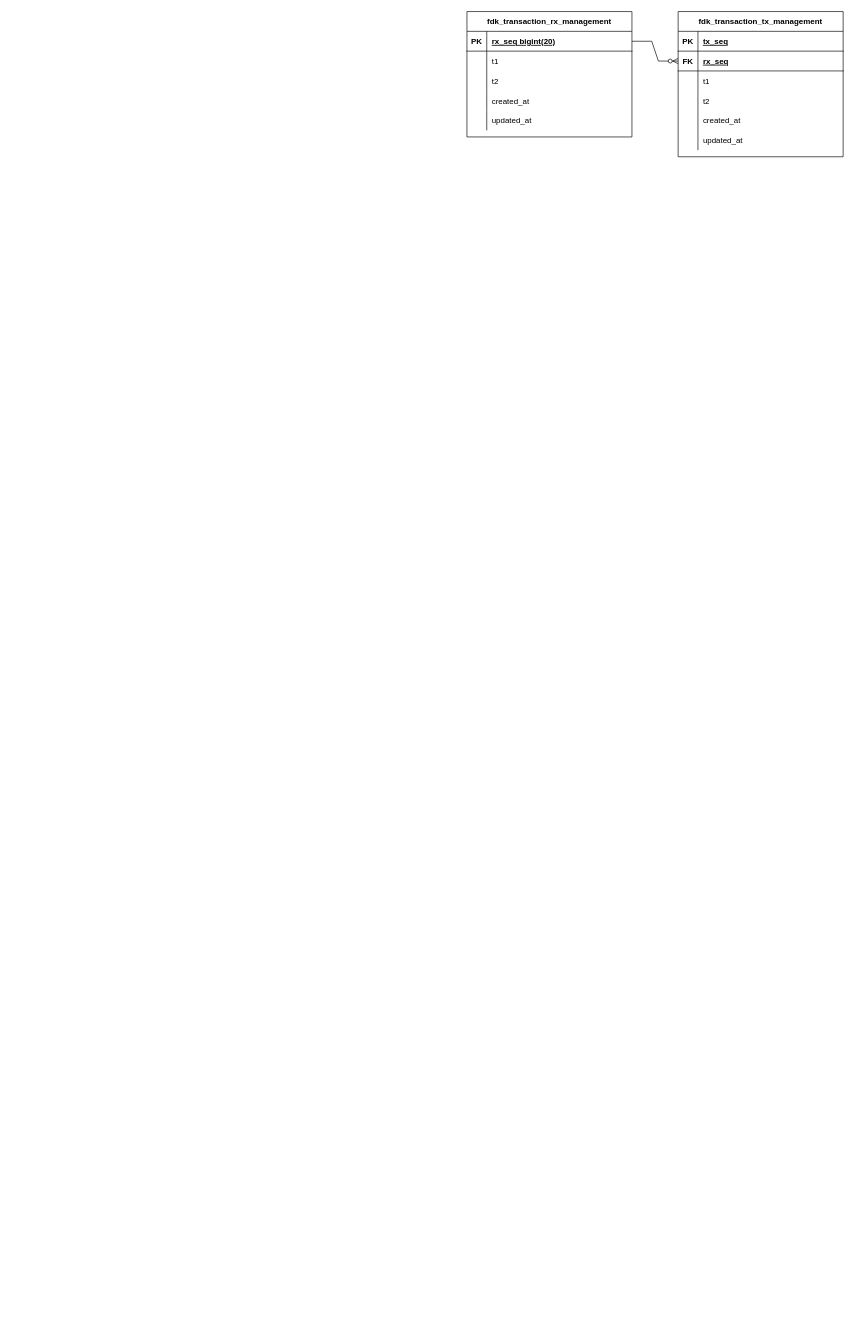
Above: ERD.drawio in justdoanything/ApprovalServer (draw.io), before the change. Source tidied: cells renumbered, new cells numbered last; positions are measured from the earlier drawing's top-left corner, leaving out a move shared by most shapes. Both pictures are drawn from the tidied source at 66%, with x=0, y=0 at pixel (467, 11).
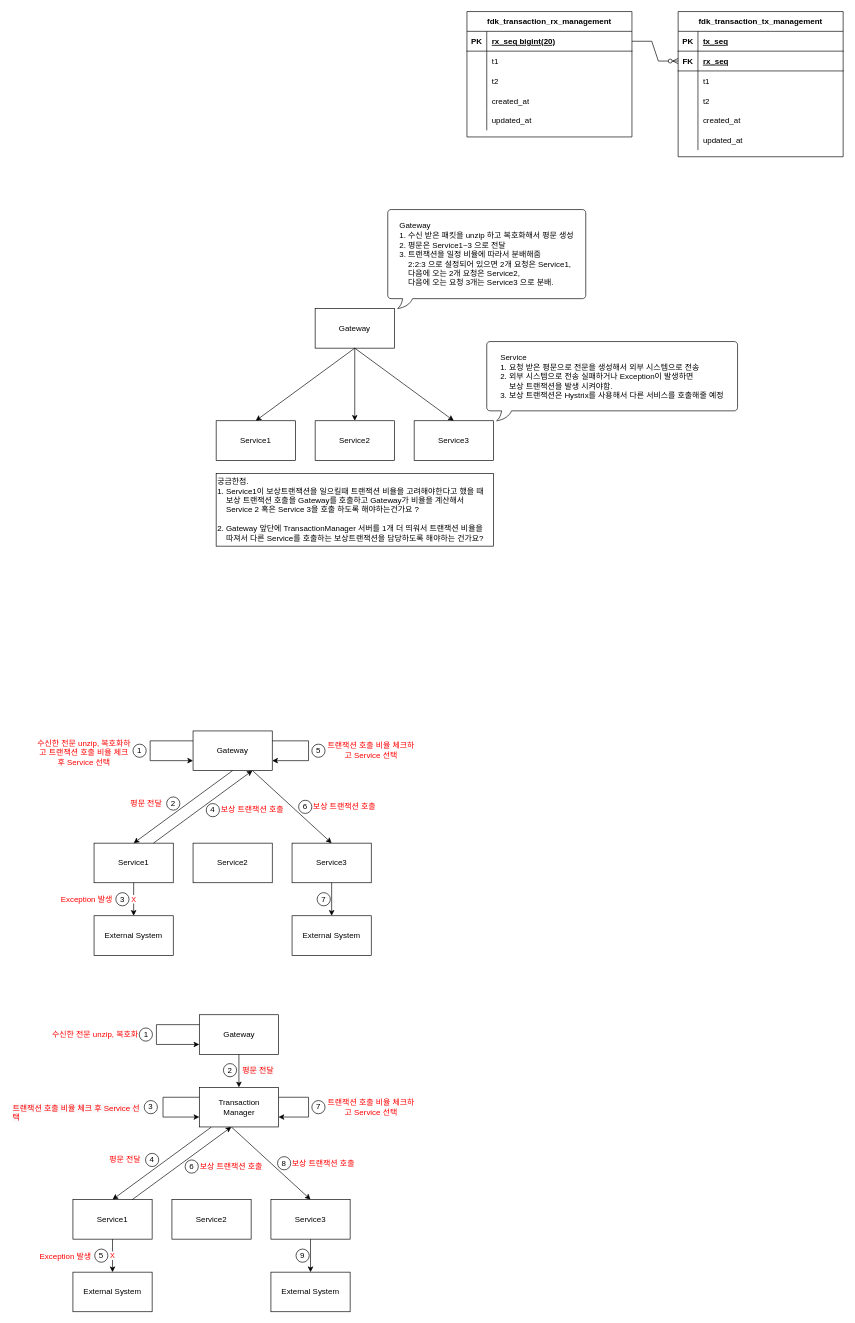
After the change.

What changed in the source:
```diff
@@
+    <mxCell id="38" value="Gateway" style="rounded=0;whiteSpace=wrap;html=1;" parent="1" vertex="1">
+      <mxGeometry x="-230" y="450" width="120" height="60" as="geometry" />
+    </mxCell>
+    <mxCell id="39" value="Service1" style="rounded=0;whiteSpace=wrap;html=1;" parent="1" vertex="1">
+      <mxGeometry x="-380" y="620" width="120" height="60" as="geometry" />
+    </mxCell>
+    <mxCell id="40" value="Service2" style="rounded=0;whiteSpace=wrap;html=1;" parent="1" vertex="1">
+      <mxGeometry x="-230" y="620" width="120" height="60" as="geometry" />
+    </mxCell>
+    <mxCell id="41" value="Service3" style="rounded=0;whiteSpace=wrap;html=1;" parent="1" vertex="1">
+      <mxGeometry x="-80" y="620" width="120" height="60" as="geometry" />
+    </mxCell>
+    <mxCell id="42" value="&lt;div style=&quot;text-align: left;&quot;&gt;&lt;span style=&quot;background-color: initial;&quot;&gt;Gateway&lt;/span&gt;&lt;/div&gt;&lt;div style=&quot;text-align: left;&quot;&gt;&lt;span style=&quot;background-color: initial;&quot;&gt;1. 수신 받은 패킷을 unzip 하고 복호화해서 평문 생성&lt;/span&gt;&lt;/div&gt;&lt;div style=&quot;text-align: left;&quot;&gt;&lt;span style=&quot;background-color: initial;&quot;&gt;2. 평문은 Service1~3 으로 전달&lt;/span&gt;&lt;/div&gt;&lt;div style=&quot;text-align: left;&quot;&gt;&lt;span style=&quot;background-color: initial;&quot;&gt;3. 트랜잭션을 일정 비율에 따라서 분배해줌&lt;/span&gt;&lt;/div&gt;&lt;div style=&quot;text-align: left;&quot;&gt;&lt;span style=&quot;background-color: initial;&quot;&gt;&amp;nbsp; &amp;nbsp; 2:2:3 으로 설정되어 있으면 2개 요청은 Service1,&lt;/span&gt;&lt;/div&gt;&lt;div style=&quot;text-align: left;&quot;&gt;&lt;span style=&quot;background-color: initial;&quot;&gt;&amp;nbsp; &amp;nbsp; 다음에 오는 2개 요청은 Service2,&lt;/span&gt;&lt;/div&gt;&lt;div style=&quot;text-align: left;&quot;&gt;&lt;span style=&quot;background-color: initial;&quot;&gt;&amp;nbsp; &amp;nbsp; 다음에 오는 요청 3개는 Service3 으로 분배.&lt;/span&gt;&lt;/div&gt;" style="whiteSpace=wrap;html=1;shape=mxgraph.basic.roundRectCallout;dx=30;dy=15;size=5;boundedLbl=1;" parent="1" vertex="1">
+      <mxGeometry x="-120" y="300" width="300" height="150" as="geometry" />
+    </mxCell>
+    <mxCell id="43" style="endArrow=classic;html=1;rounded=0;exitX=0.5;exitY=1;exitDx=0;exitDy=0;entryX=0.5;entryY=0;entryDx=0;entryDy=0;" parent="1" edge="1" source="38" target="39">
+      <mxGeometry relative="1" as="geometry" />
+    </mxCell>
+    <mxCell id="44" style="endArrow=classic;html=1;rounded=0;exitX=0.5;exitY=1;exitDx=0;exitDy=0;entryX=0.5;entryY=0;entryDx=0;entryDy=0;" parent="1" edge="1" source="38" target="40">
+      <mxGeometry relative="1" as="geometry" />
+    </mxCell>
+    <mxCell id="45" style="endArrow=classic;html=1;rounded=0;exitX=0.5;exitY=1;exitDx=0;exitDy=0;entryX=0.5;entryY=0;entryDx=0;entryDy=0;" parent="1" edge="1" source="38" target="41">
+      <mxGeometry relative="1" as="geometry" />
+    </mxCell>
+    <mxCell id="46" value="&lt;div style=&quot;text-align: left;&quot;&gt;Service&lt;/div&gt;&lt;div style=&quot;text-align: left;&quot;&gt;&lt;span style=&quot;background-color: initial;&quot;&gt;1. 요청 받은 평문으로 전문을 생성해서 외부 시스템으로 전송&lt;br&gt;&lt;/span&gt;&lt;/div&gt;&lt;div style=&quot;text-align: left;&quot;&gt;&lt;span style=&quot;background-color: initial;&quot;&gt;2. 외부 시스템으로 전송 실패하거나 Exception이 발생하면&amp;nbsp;&lt;/span&gt;&lt;/div&gt;&lt;div style=&quot;text-align: left;&quot;&gt;&lt;span style=&quot;background-color: initial;&quot;&gt;&amp;nbsp; &amp;nbsp; 보상 트랜잭션을 발생 시켜야함.&lt;/span&gt;&lt;/div&gt;&lt;div style=&quot;text-align: left;&quot;&gt;&lt;span style=&quot;background-color: initial;&quot;&gt;3. 보상 트랜잭션은 Hystrix를 사용해서 다른 서비스를 호출해줄 예정&lt;/span&gt;&lt;/div&gt;" style="whiteSpace=wrap;html=1;shape=mxgraph.basic.roundRectCallout;dx=30;dy=15;size=5;boundedLbl=1;" parent="1" vertex="1">
+      <mxGeometry x="30" y="500" width="380" height="120" as="geometry" />
+    </mxCell>
+    <mxCell id="47" value="궁금한점.&lt;br&gt;1. Service1이 보상트랜잭션을 일으킬때 트랜잭션 비율을 고려해야한다고 했을 때&lt;br&gt;&amp;nbsp; &amp;nbsp; 보상 트랜잭션 호출을 Gateway를 호출하고 Gateway가 비율을 계산해서 &lt;br&gt;&amp;nbsp; &amp;nbsp; Service 2 혹은 Service 3을 호출 하도록 해야하는건가요 ?&lt;br&gt;&lt;br&gt;2. Gateway 앞단에 TransactionManager 서버를 1개 더 띄워서 트랜잭션 비율을 &lt;br&gt;&amp;nbsp; &amp;nbsp; 따져서 다른 Service를 호출하는 보상트랜잭션을 담당하도록 해야하는 건가요?" style="rounded=0;whiteSpace=wrap;html=1;align=left;verticalAlign=middle;" parent="1" vertex="1">
+      <mxGeometry x="-380" y="700" width="420" height="110" as="geometry" />
+    </mxCell>
+    <mxCell id="48" value="Gateway" style="rounded=0;whiteSpace=wrap;html=1;" parent="1" vertex="1">
+      <mxGeometry x="-415" y="1090" width="120" height="60" as="geometry" />
+    </mxCell>
+    <mxCell id="49" value="Service1" style="rounded=0;whiteSpace=wrap;html=1;" parent="1" vertex="1">
+      <mxGeometry x="-565" y="1260" width="120" height="60" as="geometry" />
+    </mxCell>
+    <mxCell id="50" value="Service2" style="rounded=0;whiteSpace=wrap;html=1;" parent="1" vertex="1">
+      <mxGeometry x="-415" y="1260" width="120" height="60" as="geometry" />
+    </mxCell>
+    <mxCell id="51" value="Service3" style="rounded=0;whiteSpace=wrap;html=1;" parent="1" vertex="1">
+      <mxGeometry x="-265" y="1260" width="120" height="60" as="geometry" />
+    </mxCell>
+    <mxCell id="52" style="endArrow=classic;html=1;rounded=0;exitX=0.5;exitY=1;exitDx=0;exitDy=0;entryX=0.5;entryY=0;entryDx=0;entryDy=0;" parent="1" edge="1" source="48" target="49">
+      <mxGeometry relative="1" as="geometry" />
+    </mxCell>
+    <mxCell id="53" value="2" style="ellipse;whiteSpace=wrap;html=1;" parent="1" vertex="1">
+      <mxGeometry x="-455" y="1190" width="20" height="20" as="geometry" />
+    </mxCell>
+    <mxCell id="54" value="External System" style="rounded=0;whiteSpace=wrap;html=1;" parent="1" vertex="1">
+      <mxGeometry x="-565" y="1370" width="120" height="60" as="geometry" />
+    </mxCell>
+    <mxCell id="55" value="X" style="endArrow=classic;html=1;rounded=0;exitX=0.5;exitY=1;exitDx=0;exitDy=0;entryX=0.5;entryY=0;entryDx=0;entryDy=0;fontColor=#FF0000;" parent="1" edge="1" source="49" target="54">
+      <mxGeometry relative="1" as="geometry" />
+    </mxCell>
+    <mxCell id="56" value="3" style="ellipse;whiteSpace=wrap;html=1;" parent="1" vertex="1">
+      <mxGeometry x="-532" y="1335" width="20" height="20" as="geometry" />
+    </mxCell>
+    <mxCell id="57" style="endArrow=classic;html=1;rounded=0;exitX=0.75;exitY=0;exitDx=0;exitDy=0;entryX=0.75;entryY=1;entryDx=0;entryDy=0;" parent="1" edge="1" source="49" target="48">
+      <mxGeometry relative="1" as="geometry" />
+    </mxCell>
+    <mxCell id="58" value="4" style="ellipse;whiteSpace=wrap;html=1;" parent="1" vertex="1">
+      <mxGeometry x="-395" y="1200" width="20" height="20" as="geometry" />
+    </mxCell>
+    <mxCell id="59" value="보상 트랜잭션 호출" style="text;html=1;strokeColor=none;fillColor=none;align=center;verticalAlign=middle;whiteSpace=wrap;rounded=0;fontColor=#FF0000;" parent="1" vertex="1">
+      <mxGeometry x="-375" y="1195" width="100" height="30" as="geometry" />
+    </mxCell>
+    <mxCell id="60" style="edgeStyle=elbowEdgeStyle;elbow=vertical;endArrow=classic;html=1;rounded=0;fontColor=#FF0000;exitX=1;exitY=0.25;exitDx=0;exitDy=0;" parent="1" edge="1" source="48" target="48">
+      <mxGeometry relative="1" as="geometry">
+        <Array as="points">
+          <mxPoint x="-240" y="1105" />
+        </Array>
+      </mxGeometry>
+    </mxCell>
+    <mxCell id="61" value="5" style="ellipse;whiteSpace=wrap;html=1;" parent="1" vertex="1">
+      <mxGeometry x="-235" y="1110" width="20" height="20" as="geometry" />
+    </mxCell>
+    <mxCell id="62" value="트랜잭션 호출 비율 체크하고 Service 선택" style="text;html=1;strokeColor=none;fillColor=none;align=center;verticalAlign=middle;whiteSpace=wrap;rounded=0;fontColor=#FF0000;" parent="1" vertex="1">
+      <mxGeometry x="-215" y="1105" width="140" height="30" as="geometry" />
+    </mxCell>
+    <mxCell id="63" style="endArrow=classic;html=1;rounded=0;exitX=0.75;exitY=1;exitDx=0;exitDy=0;entryX=0.5;entryY=0;entryDx=0;entryDy=0;" parent="1" edge="1" source="48" target="51">
+      <mxGeometry relative="1" as="geometry" />
+    </mxCell>
+    <mxCell id="64" value="6" style="ellipse;whiteSpace=wrap;html=1;" parent="1" vertex="1">
+      <mxGeometry x="-255" y="1195" width="20" height="20" as="geometry" />
+    </mxCell>
+    <mxCell id="65" value="보상 트랜잭션 호출" style="text;html=1;strokeColor=none;fillColor=none;align=left;verticalAlign=middle;whiteSpace=wrap;rounded=0;fontColor=#FF0000;" parent="1" vertex="1">
+      <mxGeometry x="-235" y="1190" width="140" height="30" as="geometry" />
+    </mxCell>
+    <mxCell id="66" value="External System" style="rounded=0;whiteSpace=wrap;html=1;" parent="1" vertex="1">
+      <mxGeometry x="-265" y="1370" width="120" height="60" as="geometry" />
+    </mxCell>
+    <mxCell id="67" style="endArrow=classic;html=1;rounded=0;exitX=0.5;exitY=1;exitDx=0;exitDy=0;entryX=0.5;entryY=0;entryDx=0;entryDy=0;fontColor=#FF0000;" parent="1" edge="1" source="51" target="66">
+      <mxGeometry relative="1" as="geometry" />
+    </mxCell>
+    <mxCell id="68" value="7" style="ellipse;whiteSpace=wrap;html=1;" parent="1" vertex="1">
+      <mxGeometry x="-227" y="1335" width="20" height="20" as="geometry" />
+    </mxCell>
+    <mxCell id="69" value="평문 전달" style="text;html=1;strokeColor=none;fillColor=none;align=right;verticalAlign=middle;whiteSpace=wrap;rounded=0;fontColor=#FF0000;" parent="1" vertex="1">
+      <mxGeometry x="-530" y="1185" width="70" height="30" as="geometry" />
+    </mxCell>
+    <mxCell id="70" value="Exception 발생" style="text;html=1;strokeColor=none;fillColor=none;align=center;verticalAlign=middle;whiteSpace=wrap;rounded=0;fontColor=#FF0000;" parent="1" vertex="1">
+      <mxGeometry x="-622" y="1331" width="92" height="30" as="geometry" />
+    </mxCell>
+    <mxCell id="71" style="edgeStyle=elbowEdgeStyle;elbow=vertical;endArrow=classic;html=1;rounded=0;fontColor=#FF0000;exitX=0;exitY=0.25;exitDx=0;exitDy=0;entryX=0;entryY=0.75;entryDx=0;entryDy=0;" parent="1" edge="1" source="48" target="48">
+      <mxGeometry relative="1" as="geometry">
+        <Array as="points">
+          <mxPoint x="-480" y="1120" />
+          <mxPoint x="-530" y="1115" />
+        </Array>
+      </mxGeometry>
+    </mxCell>
+    <mxCell id="72" value="1" style="ellipse;whiteSpace=wrap;html=1;" parent="1" vertex="1">
+      <mxGeometry x="-506" y="1110" width="20" height="20" as="geometry" />
+    </mxCell>
+    <mxCell id="73" value="수신한 전문 unzip, 복호화하고 트랜잭션 호출 비율 체크 후 Service 선택" style="text;html=1;strokeColor=none;fillColor=none;align=center;verticalAlign=middle;whiteSpace=wrap;rounded=0;fontColor=#FF0000;" parent="1" vertex="1">
+      <mxGeometry x="-654" y="1095" width="148" height="55" as="geometry" />
+    </mxCell>
+    <mxCell id="74" style="edgeStyle=orthogonalEdgeStyle;rounded=0;jettySize=auto;html=1;exitX=0.5;exitY=1;exitDx=0;exitDy=0;entryX=0.5;entryY=0;entryDx=0;entryDy=0;fontColor=#FF0000;" parent="1" edge="1" source="75" target="101">
+      <mxGeometry relative="1" as="geometry" />
+    </mxCell>
+    <mxCell id="75" value="Gateway" style="rounded=0;whiteSpace=wrap;html=1;" parent="1" vertex="1">
+      <mxGeometry x="-405.5" y="1520" width="120" height="60" as="geometry" />
+    </mxCell>
+    <mxCell id="76" value="Service1" style="rounded=0;whiteSpace=wrap;html=1;" parent="1" vertex="1">
+      <mxGeometry x="-597" y="1800" width="120" height="60" as="geometry" />
+    </mxCell>
+    <mxCell id="77" value="Service2" style="rounded=0;whiteSpace=wrap;html=1;" parent="1" vertex="1">
+      <mxGeometry x="-447" y="1800" width="120" height="60" as="geometry" />
+    </mxCell>
+    <mxCell id="78" value="Service3" style="rounded=0;whiteSpace=wrap;html=1;" parent="1" vertex="1">
+      <mxGeometry x="-297" y="1800" width="120" height="60" as="geometry" />
+    </mxCell>
+    <mxCell id="79" style="endArrow=classic;html=1;rounded=0;exitX=0.5;exitY=1;exitDx=0;exitDy=0;entryX=0.5;entryY=0;entryDx=0;entryDy=0;" parent="1" edge="1" target="76">
+      <mxGeometry relative="1" as="geometry">
+        <mxPoint x="-387" y="1690" as="sourcePoint" />
+      </mxGeometry>
+    </mxCell>
+    <mxCell id="80" value="4" style="ellipse;whiteSpace=wrap;html=1;" parent="1" vertex="1">
+      <mxGeometry x="-487" y="1730" width="20" height="20" as="geometry" />
+    </mxCell>
+    <mxCell id="81" value="External System" style="rounded=0;whiteSpace=wrap;html=1;" parent="1" vertex="1">
+      <mxGeometry x="-597" y="1910" width="120" height="60" as="geometry" />
+    </mxCell>
+    <mxCell id="82" value="X" style="endArrow=classic;html=1;rounded=0;exitX=0.5;exitY=1;exitDx=0;exitDy=0;entryX=0.5;entryY=0;entryDx=0;entryDy=0;fontColor=#FF0000;" parent="1" edge="1" source="76" target="81">
+      <mxGeometry relative="1" as="geometry" />
+    </mxCell>
+    <mxCell id="83" value="5" style="ellipse;whiteSpace=wrap;html=1;" parent="1" vertex="1">
+      <mxGeometry x="-564" y="1875" width="20" height="20" as="geometry" />
+    </mxCell>
+    <mxCell id="84" style="endArrow=classic;html=1;rounded=0;exitX=0.75;exitY=0;exitDx=0;exitDy=0;entryX=0.75;entryY=1;entryDx=0;entryDy=0;" parent="1" edge="1" source="76">
+      <mxGeometry relative="1" as="geometry">
+        <mxPoint x="-357" y="1690" as="targetPoint" />
+      </mxGeometry>
+    </mxCell>
+    <mxCell id="85" value="6" style="ellipse;whiteSpace=wrap;html=1;" parent="1" vertex="1">
+      <mxGeometry x="-427" y="1740" width="20" height="20" as="geometry" />
+    </mxCell>
+    <mxCell id="86" value="보상 트랜잭션 호출" style="text;html=1;strokeColor=none;fillColor=none;align=center;verticalAlign=middle;whiteSpace=wrap;rounded=0;fontColor=#FF0000;" parent="1" vertex="1">
+      <mxGeometry x="-407" y="1735" width="100" height="30" as="geometry" />
+    </mxCell>
+    <mxCell id="87" style="edgeStyle=elbowEdgeStyle;elbow=vertical;endArrow=classic;html=1;rounded=0;fontColor=#FF0000;exitX=1;exitY=0.25;exitDx=0;exitDy=0;entryX=1;entryY=0.75;entryDx=0;entryDy=0;" parent="1" edge="1" source="101" target="101">
+      <mxGeometry relative="1" as="geometry">
+        <Array as="points">
+          <mxPoint x="-240" y="1640" />
+          <mxPoint x="-250" y="1670" />
+        </Array>
+      </mxGeometry>
+    </mxCell>
+    <mxCell id="88" value="7" style="ellipse;whiteSpace=wrap;html=1;" parent="1" vertex="1">
+      <mxGeometry x="-235" y="1650" width="20" height="20" as="geometry" />
+    </mxCell>
+    <mxCell id="89" value="트랜잭션 호출 비율 체크하고 Service 선택" style="text;html=1;strokeColor=none;fillColor=none;align=center;verticalAlign=middle;whiteSpace=wrap;rounded=0;fontColor=#FF0000;" parent="1" vertex="1">
+      <mxGeometry x="-215" y="1645" width="140" height="30" as="geometry" />
+    </mxCell>
+    <mxCell id="90" style="endArrow=classic;html=1;rounded=0;exitX=0.75;exitY=1;exitDx=0;exitDy=0;entryX=0.5;entryY=0;entryDx=0;entryDy=0;" parent="1" edge="1" target="78">
+      <mxGeometry relative="1" as="geometry">
+        <mxPoint x="-357" y="1690" as="sourcePoint" />
+      </mxGeometry>
+    </mxCell>
+    <mxCell id="91" value="8" style="ellipse;whiteSpace=wrap;html=1;" parent="1" vertex="1">
+      <mxGeometry x="-287" y="1735" width="20" height="20" as="geometry" />
+    </mxCell>
+    <mxCell id="92" value="보상 트랜잭션 호출" style="text;html=1;strokeColor=none;fillColor=none;align=left;verticalAlign=middle;whiteSpace=wrap;rounded=0;fontColor=#FF0000;" parent="1" vertex="1">
+      <mxGeometry x="-267" y="1730" width="140" height="30" as="geometry" />
+    </mxCell>
+    <mxCell id="93" value="External System" style="rounded=0;whiteSpace=wrap;html=1;" parent="1" vertex="1">
+      <mxGeometry x="-297" y="1910" width="120" height="60" as="geometry" />
+    </mxCell>
+    <mxCell id="94" style="endArrow=classic;html=1;rounded=0;exitX=0.5;exitY=1;exitDx=0;exitDy=0;entryX=0.5;entryY=0;entryDx=0;entryDy=0;fontColor=#FF0000;" parent="1" edge="1" source="78" target="93">
+      <mxGeometry relative="1" as="geometry" />
+    </mxCell>
+    <mxCell id="95" value="9" style="ellipse;whiteSpace=wrap;html=1;" parent="1" vertex="1">
+      <mxGeometry x="-259" y="1875" width="20" height="20" as="geometry" />
+    </mxCell>
+    <mxCell id="96" value="평문 전달" style="text;html=1;strokeColor=none;fillColor=none;align=right;verticalAlign=middle;whiteSpace=wrap;rounded=0;fontColor=#FF0000;" parent="1" vertex="1">
+      <mxGeometry x="-562" y="1725" width="70" height="30" as="geometry" />
+    </mxCell>
+    <mxCell id="97" value="Exception 발생" style="text;html=1;strokeColor=none;fillColor=none;align=center;verticalAlign=middle;whiteSpace=wrap;rounded=0;fontColor=#FF0000;" parent="1" vertex="1">
+      <mxGeometry x="-654" y="1871" width="92" height="30" as="geometry" />
+    </mxCell>
+    <mxCell id="98" style="edgeStyle=elbowEdgeStyle;elbow=vertical;endArrow=classic;html=1;rounded=0;fontColor=#FF0000;exitX=0;exitY=0.25;exitDx=0;exitDy=0;entryX=0;entryY=0.75;entryDx=0;entryDy=0;" parent="1" edge="1" source="75" target="75">
+      <mxGeometry relative="1" as="geometry">
+        <Array as="points">
+          <mxPoint x="-470.5" y="1550" />
+          <mxPoint x="-520.5" y="1545" />
+        </Array>
+      </mxGeometry>
+    </mxCell>
+    <mxCell id="99" value="1" style="ellipse;whiteSpace=wrap;html=1;" parent="1" vertex="1">
+      <mxGeometry x="-496.5" y="1540" width="20" height="20" as="geometry" />
+    </mxCell>
+    <mxCell id="100" value="수신한 전문 unzip, 복호화" style="text;html=1;strokeColor=none;fillColor=none;align=center;verticalAlign=middle;whiteSpace=wrap;rounded=0;fontColor=#FF0000;" parent="1" vertex="1">
+      <mxGeometry x="-637" y="1522.5" width="148" height="55" as="geometry" />
+    </mxCell>
+    <mxCell id="101" value="Transaction&lt;br&gt;Manager" style="rounded=0;whiteSpace=wrap;html=1;" parent="1" vertex="1">
+      <mxGeometry x="-405.5" y="1630" width="120" height="60" as="geometry" />
+    </mxCell>
+    <mxCell id="102" value="&lt;span style=&quot;color: rgb(255, 0, 0); font-family: Helvetica; font-size: 12px; font-style: normal; font-variant-ligatures: normal; font-variant-caps: normal; font-weight: 400; letter-spacing: normal; orphans: 2; text-align: center; text-indent: 0px; text-transform: none; widows: 2; word-spacing: 0px; -webkit-text-stroke-width: 0px; background-color: rgb(248, 249, 250); text-decoration-thickness: initial; text-decoration-style: initial; text-decoration-color: initial; float: none; display: inline !important;&quot;&gt;트랜잭션 호출 비율 체크 후 Service 선택&lt;/span&gt;" style="text;whiteSpace=wrap;html=1;fontColor=#FF0000;" parent="1" vertex="1">
+      <mxGeometry x="-690" y="1648" width="199" height="40" as="geometry" />
+    </mxCell>
+    <mxCell id="103" value="2" style="ellipse;whiteSpace=wrap;html=1;" parent="1" vertex="1">
+      <mxGeometry x="-369" y="1594" width="20" height="20" as="geometry" />
+    </mxCell>
+    <mxCell id="104" value="&lt;span style=&quot;color: rgb(255, 0, 0); font-family: Helvetica; font-size: 12px; font-style: normal; font-variant-ligatures: normal; font-variant-caps: normal; font-weight: 400; letter-spacing: normal; orphans: 2; text-align: center; text-indent: 0px; text-transform: none; widows: 2; word-spacing: 0px; -webkit-text-stroke-width: 0px; background-color: rgb(248, 249, 250); text-decoration-thickness: initial; text-decoration-style: initial; text-decoration-color: initial; float: none; display: inline !important;&quot;&gt;평문 전달&lt;/span&gt;" style="text;whiteSpace=wrap;html=1;fontColor=#FF0000;" parent="1" vertex="1">
+      <mxGeometry x="-342" y="1590" width="62" height="30" as="geometry" />
+    </mxCell>
+    <mxCell id="105" style="edgeStyle=elbowEdgeStyle;elbow=vertical;endArrow=classic;html=1;rounded=0;fontColor=#FF0000;exitX=0;exitY=0.25;exitDx=0;exitDy=0;entryX=0;entryY=0.75;entryDx=0;entryDy=0;" parent="1" edge="1" source="101" target="101">
+      <mxGeometry relative="1" as="geometry">
+        <Array as="points">
+          <mxPoint x="-460.5" y="1560" />
+          <mxPoint x="-510.5" y="1555" />
+        </Array>
+      </mxGeometry>
+    </mxCell>
+    <mxCell id="106" value="3" style="ellipse;whiteSpace=wrap;html=1;" parent="1" vertex="1">
+      <mxGeometry x="-489" y="1650" width="20" height="20" as="geometry" />
+    </mxCell>
```
